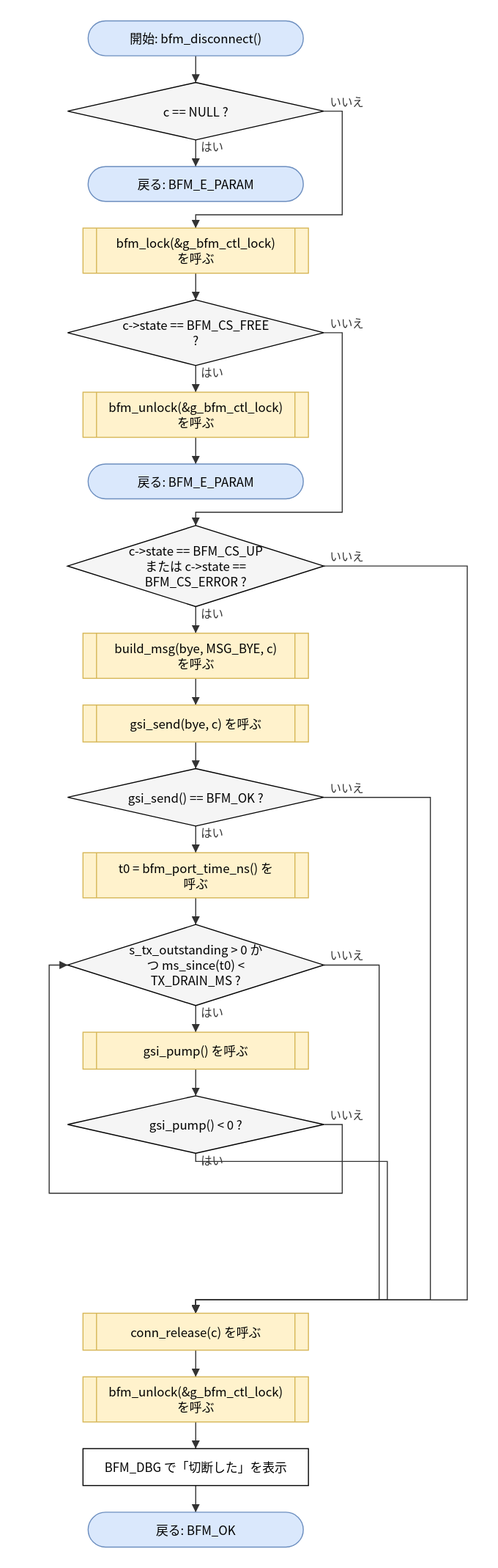
Earlier version of the draw.io export doc/spec/images/flow_src_bfm_cm-bfm_disconnect.drawio.svg (hf355051012-ai/bfmem). Source tidied: cells renumbered, new cells last; positions are measured from the earlier drawing's top-left corner, leaving out a move shared by most shapes.
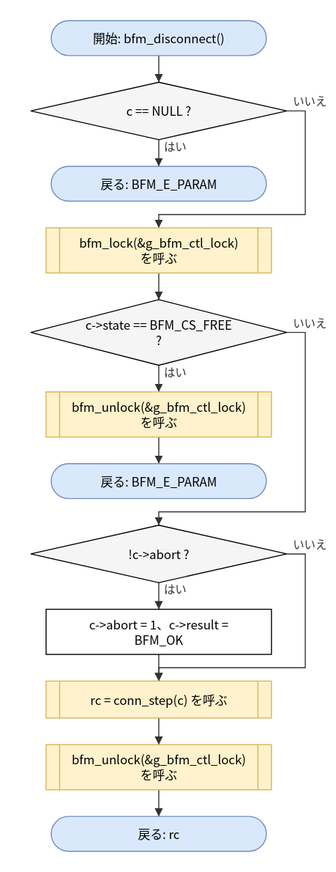
The same file after the commit.

Change to the diagram source:
```diff
@@ -23,42 +23,21 @@
     <mxCell id="8" value="戻る: BFM_E_PARAM" style="rounded=1;arcSize=50;whiteSpace=wrap;html=1;fillColor=#dae8fc;strokeColor=#6c8ebf;" parent="1" vertex="1">
       <mxGeometry x="38" y="432" width="210" height="34" as="geometry" />
     </mxCell>
-    <mxCell id="9" value="c-&amp;gt;state == BFM_CS_UP&lt;br&gt;または c-&amp;gt;state ==&lt;br&gt;BFM_CS_ERROR ?" style="rhombus;whiteSpace=wrap;html=1;fillColor=#f5f5f5;" parent="1" vertex="1">
-      <mxGeometry x="18" y="492" width="250" height="79" as="geometry" />
+    <mxCell id="9" value="!c-&amp;gt;abort ?" style="rhombus;whiteSpace=wrap;html=1;fillColor=#f5f5f5;" parent="1" vertex="1">
+      <mxGeometry x="18" y="492" width="250" height="56" as="geometry" />
     </mxCell>
-    <mxCell id="10" value="build_msg(bye, MSG_BYE, c)&lt;br&gt;を呼ぶ" style="shape=process;whiteSpace=wrap;html=1;backgroundOutline=1;size=0.06;fillColor=#fff2cc;strokeColor=#d6b656;" parent="1" vertex="1">
-      <mxGeometry x="33" y="597" width="220" height="44" as="geometry" />
+    <mxCell id="10" value="c-&amp;gt;abort = 1、c-&amp;gt;result =&lt;br&gt;BFM_OK" style="rounded=0;whiteSpace=wrap;html=1;" parent="1" vertex="1">
+      <mxGeometry x="33" y="574" width="220" height="44" as="geometry" />
     </mxCell>
-    <mxCell id="11" value="gsi_send(bye, c) を呼ぶ" style="shape=process;whiteSpace=wrap;html=1;backgroundOutline=1;size=0.06;fillColor=#fff2cc;strokeColor=#d6b656;" parent="1" vertex="1">
-      <mxGeometry x="33" y="667" width="220" height="36" as="geometry" />
+    <mxCell id="11" value="rc = conn_step(c) を呼ぶ" style="shape=process;whiteSpace=wrap;html=1;backgroundOutline=1;size=0.06;fillColor=#fff2cc;strokeColor=#d6b656;" parent="1" vertex="1">
+      <mxGeometry x="33" y="644" width="220" height="36" as="geometry" />
     </mxCell>
-    <mxCell id="12" value="gsi_send() == BFM_OK ?" style="rhombus;whiteSpace=wrap;html=1;fillColor=#f5f5f5;" parent="1" vertex="1">
-      <mxGeometry x="18" y="729" width="250" height="56" as="geometry" />
+    <mxCell id="12" value="bfm_unlock(&amp;amp;g_bfm_ctl_lock)&lt;br&gt;を呼ぶ" style="shape=process;whiteSpace=wrap;html=1;backgroundOutline=1;size=0.06;fillColor=#fff2cc;strokeColor=#d6b656;" parent="1" vertex="1">
+      <mxGeometry x="33" y="706" width="220" height="44" as="geometry" />
     </mxCell>
-    <mxCell id="13" value="t0 = bfm_port_time_ns() を&lt;br&gt;呼ぶ" style="shape=process;whiteSpace=wrap;html=1;backgroundOutline=1;size=0.06;fillColor=#fff2cc;strokeColor=#d6b656;" parent="1" vertex="1">
-      <mxGeometry x="33" y="811" width="220" height="44" as="geometry" />
+    <mxCell id="13" value="戻る: rc" style="rounded=1;arcSize=50;whiteSpace=wrap;html=1;fillColor=#dae8fc;strokeColor=#6c8ebf;" parent="1" vertex="1">
+      <mxGeometry x="38" y="776" width="210" height="34" as="geometry" />
     </mxCell>
-    <mxCell id="14" value="s_tx_outstanding &amp;gt; 0 か&lt;br&gt;つ ms_since(t0) &amp;lt;&lt;br&gt;TX_DRAIN_MS ?" style="rhombus;whiteSpace=wrap;html=1;fillColor=#f5f5f5;" parent="1" vertex="1">
-      <mxGeometry x="18" y="881" width="250" height="79" as="geometry" />
-    </mxCell>
-    <mxCell id="15" value="gsi_pump() を呼ぶ" style="shape=process;whiteSpace=wrap;html=1;backgroundOutline=1;size=0.06;fillColor=#fff2cc;strokeColor=#d6b656;" parent="1" vertex="1">
-      <mxGeometry x="33" y="986" width="220" height="36" as="geometry" />
-    </mxCell>
-    <mxCell id="16" value="gsi_pump() &amp;lt; 0 ?" style="rhombus;whiteSpace=wrap;html=1;fillColor=#f5f5f5;" parent="1" vertex="1">
-      <mxGeometry x="18" y="1048" width="250" height="56" as="geometry" />
-    </mxCell>
-    <mxCell id="17" value="conn_release(c) を呼ぶ" style="shape=process;whiteSpace=wrap;html=1;backgroundOutline=1;size=0.06;fillColor=#fff2cc;strokeColor=#d6b656;" parent="1" vertex="1">
-      <mxGeometry x="33" y="1260" width="220" height="36" as="geometry" />
-    </mxCell>
-    <mxCell id="18" value="bfm_unlock(&amp;amp;g_bfm_ctl_lock)&lt;br&gt;を呼ぶ" style="shape=process;whiteSpace=wrap;html=1;backgroundOutline=1;size=0.06;fillColor=#fff2cc;strokeColor=#d6b656;" parent="1" vertex="1">
-      <mxGeometry x="33" y="1322" width="220" height="44" as="geometry" />
-    </mxCell>
-    <mxCell id="19" value="BFM_DBG で「切断した」を表示" style="rounded=0;whiteSpace=wrap;html=1;" parent="1" vertex="1">
-      <mxGeometry x="33" y="1392" width="220" height="36" as="geometry" />
-    </mxCell>
-    <mxCell id="20" value="戻る: BFM_OK" style="rounded=1;arcSize=50;whiteSpace=wrap;html=1;fillColor=#dae8fc;strokeColor=#6c8ebf;" parent="1" vertex="1">
-      <mxGeometry x="38" y="1454" width="210" height="34" as="geometry" />
-    </mxCell>
     <mxCell id="21" style="edgeStyle=none;html=1;rounded=0;endArrow=block;endFill=1;exitX=0.5000;exitY=1.0000;exitDx=0;exitDy=0;exitPerimeter=0;entryX=0.5000;entryY=0.0000;entryDx=0;entryDy=0;entryPerimeter=0;" parent="1" edge="1" source="2" target="3">
       <mxGeometry relative="1" as="geometry" />
     </mxCell>
@@ -98,76 +77,20 @@
     <mxCell id="29" style="edgeStyle=none;html=1;rounded=0;endArrow=block;endFill=1;exitX=0.5000;exitY=1.0000;exitDx=0;exitDy=0;exitPerimeter=0;entryX=0.5000;entryY=0.0000;entryDx=0;entryDy=0;entryPerimeter=0;" parent="1" edge="1" source="10" target="11">
       <mxGeometry relative="1" as="geometry" />
     </mxCell>
-    <mxCell id="30" style="edgeStyle=none;html=1;rounded=0;endArrow=block;endFill=1;exitX=0.5000;exitY=1.0000;exitDx=0;exitDy=0;exitPerimeter=0;entryX=0.5000;entryY=0.0000;entryDx=0;entryDy=0;entryPerimeter=0;" parent="1" edge="1" source="11" target="12">
-      <mxGeometry relative="1" as="geometry" />
+    <mxCell id="30" value="いいえ" style="edgeStyle=none;html=1;rounded=0;endArrow=block;endFill=1;exitX=1.0000;exitY=0.5000;exitDx=0;exitDy=0;exitPerimeter=0;entryX=0.5000;entryY=0.0000;entryDx=0;entryDy=0;entryPerimeter=0;" parent="1" edge="1" source="9" target="11">
+      <mxGeometry relative="1" as="geometry">
+        <Array as="points">
+          <mxPoint x="286" y="520" />
+          <mxPoint x="286" y="631" />
+          <mxPoint x="143" y="631" />
+        </Array>
+      </mxGeometry>
     </mxCell>
-    <mxCell id="31" value="はい" style="edgeStyle=none;html=1;rounded=0;endArrow=block;endFill=1;exitX=0.5000;exitY=1.0000;exitDx=0;exitDy=0;exitPerimeter=0;entryX=0.5000;entryY=0.0000;entryDx=0;entryDy=0;entryPerimeter=0;" parent="1" edge="1" source="12" target="13">
+    <mxCell id="31" style="edgeStyle=none;html=1;rounded=0;endArrow=block;endFill=1;exitX=0.5000;exitY=1.0000;exitDx=0;exitDy=0;exitPerimeter=0;entryX=0.5000;entryY=0.0000;entryDx=0;entryDy=0;entryPerimeter=0;" parent="1" edge="1" source="11" target="12">
       <mxGeometry relative="1" as="geometry" />
     </mxCell>
-    <mxCell id="32" style="edgeStyle=none;html=1;rounded=0;endArrow=block;endFill=1;exitX=0.5000;exitY=1.0000;exitDx=0;exitDy=0;exitPerimeter=0;entryX=0.5000;entryY=0.0000;entryDx=0;entryDy=0;entryPerimeter=0;" parent="1" edge="1" source="13" target="14">
+    <mxCell id="32" style="edgeStyle=none;html=1;rounded=0;endArrow=block;endFill=1;exitX=0.5000;exitY=1.0000;exitDx=0;exitDy=0;exitPerimeter=0;entryX=0.5000;entryY=0.0000;entryDx=0;entryDy=0;entryPerimeter=0;" parent="1" edge="1" source="12" target="13">
       <mxGeometry relative="1" as="geometry" />
     </mxCell>
-    <mxCell id="33" value="はい" style="edgeStyle=none;html=1;rounded=0;endArrow=block;endFill=1;exitX=0.5000;exitY=1.0000;exitDx=0;exitDy=0;exitPerimeter=0;entryX=0.5000;entryY=0.0000;entryDx=0;entryDy=0;entryPerimeter=0;" parent="1" edge="1" source="14" target="15">
-      <mxGeometry relative="1" as="geometry" />
-    </mxCell>
-    <mxCell id="34" style="edgeStyle=none;html=1;rounded=0;endArrow=block;endFill=1;exitX=0.5000;exitY=1.0000;exitDx=0;exitDy=0;exitPerimeter=0;entryX=0.5000;entryY=0.0000;entryDx=0;entryDy=0;entryPerimeter=0;" parent="1" edge="1" source="15" target="16">
-      <mxGeometry relative="1" as="geometry" />
-    </mxCell>
-    <mxCell id="35" value="いいえ" style="edgeStyle=none;html=1;rounded=0;endArrow=block;endFill=1;exitX=1.0000;exitY=0.5000;exitDx=0;exitDy=0;exitPerimeter=0;entryX=0.0000;entryY=0.5000;entryDx=0;entryDy=0;entryPerimeter=0;" parent="1" edge="1" source="16" target="14">
-      <mxGeometry relative="1" as="geometry">
-        <Array as="points">
-          <mxPoint x="286" y="1076" />
-          <mxPoint x="286" y="1143" />
-          <mxPoint y="1143" />
-          <mxPoint y="920.5" />
-        </Array>
-      </mxGeometry>
-    </mxCell>
-    <mxCell id="36" value="いいえ" style="edgeStyle=none;html=1;rounded=0;endArrow=block;endFill=1;exitX=1.0000;exitY=0.5000;exitDx=0;exitDy=0;exitPerimeter=0;entryX=0.5000;entryY=0.0000;entryDx=0;entryDy=0;entryPerimeter=0;" parent="1" edge="1" source="14" target="17">
-      <mxGeometry relative="1" as="geometry">
-        <Array as="points">
-          <mxPoint x="322" y="920.5" />
-          <mxPoint x="322" y="1247" />
-          <mxPoint x="143" y="1247" />
-        </Array>
-      </mxGeometry>
-    </mxCell>
-    <mxCell id="37" value="はい" style="edgeStyle=none;html=1;rounded=0;endArrow=block;endFill=1;exitX=0.5000;exitY=1.0000;exitDx=0;exitDy=0;exitPerimeter=0;entryX=0.5000;entryY=0.0000;entryDx=0;entryDy=0;entryPerimeter=0;" parent="1" edge="1" source="16" target="17">
-      <mxGeometry relative="1" as="geometry">
-        <Array as="points">
-          <mxPoint x="143" y="1112" />
-          <mxPoint x="330" y="1112" />
-          <mxPoint x="330" y="1247" />
-          <mxPoint x="143" y="1247" />
-        </Array>
-      </mxGeometry>
-    </mxCell>
-    <mxCell id="38" value="いいえ" style="edgeStyle=none;html=1;rounded=0;endArrow=block;endFill=1;exitX=1.0000;exitY=0.5000;exitDx=0;exitDy=0;exitPerimeter=0;entryX=0.5000;entryY=0.0000;entryDx=0;entryDy=0;entryPerimeter=0;" parent="1" edge="1" source="12" target="17">
-      <mxGeometry relative="1" as="geometry">
-        <Array as="points">
-          <mxPoint x="372" y="757" />
-          <mxPoint x="372" y="1247" />
-          <mxPoint x="143" y="1247" />
-        </Array>
-      </mxGeometry>
-    </mxCell>
-    <mxCell id="39" value="いいえ" style="edgeStyle=none;html=1;rounded=0;endArrow=block;endFill=1;exitX=1.0000;exitY=0.5000;exitDx=0;exitDy=0;exitPerimeter=0;entryX=0.5000;entryY=0.0000;entryDx=0;entryDy=0;entryPerimeter=0;" parent="1" edge="1" source="9" target="17">
-      <mxGeometry relative="1" as="geometry">
-        <Array as="points">
-          <mxPoint x="408" y="531.5" />
-          <mxPoint x="408" y="1247" />
-          <mxPoint x="143" y="1247" />
-        </Array>
-      </mxGeometry>
-    </mxCell>
-    <mxCell id="40" style="edgeStyle=none;html=1;rounded=0;endArrow=block;endFill=1;exitX=0.5000;exitY=1.0000;exitDx=0;exitDy=0;exitPerimeter=0;entryX=0.5000;entryY=0.0000;entryDx=0;entryDy=0;entryPerimeter=0;" parent="1" edge="1" source="17" target="18">
-      <mxGeometry relative="1" as="geometry" />
-    </mxCell>
-    <mxCell id="41" style="edgeStyle=none;html=1;rounded=0;endArrow=block;endFill=1;exitX=0.5000;exitY=1.0000;exitDx=0;exitDy=0;exitPerimeter=0;entryX=0.5000;entryY=0.0000;entryDx=0;entryDy=0;entryPerimeter=0;" parent="1" edge="1" source="18" target="19">
-      <mxGeometry relative="1" as="geometry" />
-    </mxCell>
-    <mxCell id="42" style="edgeStyle=none;html=1;rounded=0;endArrow=block;endFill=1;exitX=0.5000;exitY=1.0000;exitDx=0;exitDy=0;exitPerimeter=0;entryX=0.5000;entryY=0.0000;entryDx=0;entryDy=0;entryPerimeter=0;" parent="1" edge="1" source="19" target="20">
-      <mxGeometry relative="1" as="geometry" />
-    </mxCell>
   </root>
 </mxGraphModel>
```
